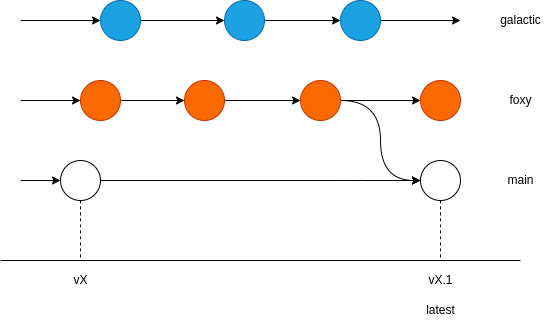
Earlier version of the draw.io export assets/docs/project/workflow.drawio.png (rnanosaur/rnanosaur.github.io). Source tidied: cells renumbered, new cells last; positions are measured from the earlier drawing's top-left corner, leaving out a move shared by most shapes. The source it was exported from:
```xml
<mxGraphModel>
  <root>
    <mxCell id="0" />
    <mxCell id="1" parent="0" />
    <mxCell id="2" style="endArrow=none;html=1;" parent="1" edge="1">
      <mxGeometry relative="1" as="geometry">
        <mxPoint y="260" as="sourcePoint" />
        <mxPoint x="520" y="260" as="targetPoint" />
      </mxGeometry>
    </mxCell>
    <mxCell id="3" style="endArrow=classic;html=1;entryX=0;entryY=0.5;entryDx=0;entryDy=0;endFill=1;" parent="1" edge="1" target="5">
      <mxGeometry relative="1" as="geometry">
        <mxPoint x="20" y="180" as="sourcePoint" />
      </mxGeometry>
    </mxCell>
    <mxCell id="4" style="edgeStyle=orthogonalEdgeStyle;curved=1;jumpStyle=none;html=1;exitX=0.5;exitY=1;exitDx=0;exitDy=0;dashed=1;endArrow=none;endFill=0;strokeWidth=1;" parent="1" edge="1" source="5">
      <mxGeometry relative="1" as="geometry">
        <mxPoint x="80" y="260" as="targetPoint" />
      </mxGeometry>
    </mxCell>
    <mxCell id="5" style="ellipse;whiteSpace=wrap;html=1;" parent="1" vertex="1">
      <mxGeometry x="60" y="160" width="40" height="40" as="geometry" />
    </mxCell>
    <mxCell id="6" style="edgeStyle=none;html=1;endArrow=classic;endFill=1;exitX=1;exitY=0.5;exitDx=0;exitDy=0;" parent="1" edge="1" source="5" target="8">
      <mxGeometry relative="1" as="geometry">
        <Array as="points">
          <mxPoint x="350" y="180" />
        </Array>
      </mxGeometry>
    </mxCell>
    <mxCell id="7" style="edgeStyle=orthogonalEdgeStyle;curved=1;jumpStyle=none;html=1;exitX=0.5;exitY=1;exitDx=0;exitDy=0;endArrow=none;endFill=0;strokeWidth=1;dashed=1;" parent="1" edge="1" source="8">
      <mxGeometry relative="1" as="geometry">
        <mxPoint x="440" y="260" as="targetPoint" />
      </mxGeometry>
    </mxCell>
    <mxCell id="8" style="ellipse;whiteSpace=wrap;html=1;" parent="1" vertex="1">
      <mxGeometry x="420" y="160" width="40" height="40" as="geometry" />
    </mxCell>
    <mxCell id="9" style="endArrow=classic;html=1;entryX=0;entryY=0.5;entryDx=0;entryDy=0;endFill=1;" parent="1" edge="1" target="11">
      <mxGeometry relative="1" as="geometry">
        <mxPoint x="20" y="100" as="sourcePoint" />
      </mxGeometry>
    </mxCell>
    <mxCell id="10" style="edgeStyle=none;html=1;" parent="1" edge="1" source="11" target="13">
      <mxGeometry relative="1" as="geometry" />
    </mxCell>
    <mxCell id="11" style="ellipse;whiteSpace=wrap;html=1;fillColor=#fa6800;fontColor=#000000;strokeColor=#C73500;" parent="1" vertex="1">
      <mxGeometry x="80" y="80" width="40" height="40" as="geometry" />
    </mxCell>
    <mxCell id="12" style="edgeStyle=none;html=1;endArrow=classic;endFill=1;" parent="1" edge="1" source="13" target="16">
      <mxGeometry relative="1" as="geometry" />
    </mxCell>
    <mxCell id="13" style="ellipse;whiteSpace=wrap;html=1;fillColor=#fa6800;fontColor=#000000;strokeColor=#C73500;" parent="1" vertex="1">
      <mxGeometry x="184" y="80" width="40" height="40" as="geometry" />
    </mxCell>
    <mxCell id="14" style="edgeStyle=orthogonalEdgeStyle;html=1;exitX=1;exitY=0.5;exitDx=0;exitDy=0;entryX=0;entryY=0.5;entryDx=0;entryDy=0;endArrow=classic;endFill=1;strokeWidth=1;jumpStyle=none;curved=1;" parent="1" edge="1" source="16" target="8">
      <mxGeometry relative="1" as="geometry" />
    </mxCell>
    <mxCell id="15" style="edgeStyle=orthogonalEdgeStyle;curved=1;jumpStyle=none;html=1;endArrow=classic;endFill=1;strokeWidth=1;" parent="1" edge="1" source="16" target="28">
      <mxGeometry relative="1" as="geometry" />
    </mxCell>
    <mxCell id="16" style="ellipse;whiteSpace=wrap;html=1;fillColor=#fa6800;fontColor=#000000;strokeColor=#C73500;" parent="1" vertex="1">
      <mxGeometry x="300" y="80" width="40" height="40" as="geometry" />
    </mxCell>
    <mxCell id="17" value="vX.1" style="text;html=1;align=center;verticalAlign=middle;strokeColor=none;fillColor=none;" parent="1" vertex="1">
      <mxGeometry x="420" y="270" width="40" height="20" as="geometry" />
    </mxCell>
    <mxCell id="18" value="latest" style="text;html=1;align=center;verticalAlign=middle;strokeColor=none;fillColor=none;" parent="1" vertex="1">
      <mxGeometry x="420" y="300" width="40" height="20" as="geometry" />
    </mxCell>
    <mxCell id="19" value="vX" style="text;html=1;align=center;verticalAlign=middle;strokeColor=none;fillColor=none;" parent="1" vertex="1">
      <mxGeometry x="65" y="270" width="30" height="20" as="geometry" />
    </mxCell>
    <mxCell id="20" style="endArrow=classic;html=1;entryX=0;entryY=0.5;entryDx=0;entryDy=0;endFill=1;" parent="1" edge="1" target="22">
      <mxGeometry relative="1" as="geometry">
        <mxPoint x="20" y="20" as="sourcePoint" />
      </mxGeometry>
    </mxCell>
    <mxCell id="21" style="edgeStyle=none;html=1;" parent="1" edge="1" source="22" target="24">
      <mxGeometry relative="1" as="geometry" />
    </mxCell>
    <mxCell id="22" style="ellipse;whiteSpace=wrap;html=1;fillColor=#1ba1e2;fontColor=#ffffff;strokeColor=#006EAF;" parent="1" vertex="1">
      <mxGeometry x="100" width="40" height="40" as="geometry" />
    </mxCell>
    <mxCell id="23" style="edgeStyle=none;html=1;endArrow=classic;endFill=1;" parent="1" edge="1" source="24" target="26">
      <mxGeometry relative="1" as="geometry" />
    </mxCell>
    <mxCell id="24" style="ellipse;whiteSpace=wrap;html=1;fillColor=#1ba1e2;fontColor=#ffffff;strokeColor=#006EAF;" parent="1" vertex="1">
      <mxGeometry x="224" width="40" height="40" as="geometry" />
    </mxCell>
    <mxCell id="25" style="edgeStyle=orthogonalEdgeStyle;curved=1;jumpStyle=none;html=1;endArrow=classic;endFill=1;strokeWidth=1;" parent="1" edge="1" source="26">
      <mxGeometry relative="1" as="geometry">
        <mxPoint x="460" y="20" as="targetPoint" />
      </mxGeometry>
    </mxCell>
    <mxCell id="26" style="ellipse;whiteSpace=wrap;html=1;fillColor=#1ba1e2;fontColor=#ffffff;strokeColor=#006EAF;" parent="1" vertex="1">
      <mxGeometry x="340" width="40" height="40" as="geometry" />
    </mxCell>
    <mxCell id="27" value="main" style="text;html=1;align=center;verticalAlign=middle;strokeColor=none;fillColor=none;" parent="1" vertex="1">
      <mxGeometry x="500" y="170" width="40" height="20" as="geometry" />
    </mxCell>
    <mxCell id="28" style="ellipse;whiteSpace=wrap;html=1;fillColor=#fa6800;fontColor=#000000;strokeColor=#C73500;" parent="1" vertex="1">
      <mxGeometry x="420" y="80" width="40" height="40" as="geometry" />
    </mxCell>
    <mxCell id="29" value="foxy" style="text;html=1;align=center;verticalAlign=middle;strokeColor=none;fillColor=none;" parent="1" vertex="1">
      <mxGeometry x="500" y="90" width="40" height="20" as="geometry" />
    </mxCell>
    <mxCell id="30" value="galactic" style="text;html=1;align=center;verticalAlign=middle;strokeColor=none;fillColor=none;" parent="1" vertex="1">
      <mxGeometry x="490" y="10" width="60" height="20" as="geometry" />
    </mxCell>
  </root>
</mxGraphModel>
```
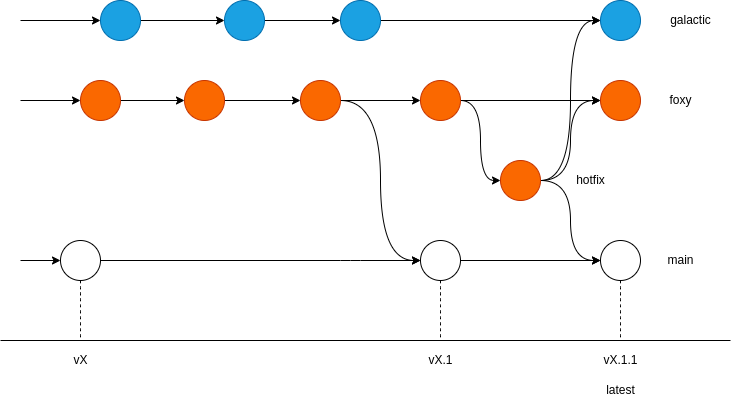
Later version of the same file.

Commit message:
improve worflow

Change to the diagram source:
```diff
@@ -4,54 +4,65 @@
     <mxCell id="1" parent="0" />
     <mxCell id="2" style="endArrow=none;html=1;" parent="1" edge="1">
       <mxGeometry relative="1" as="geometry">
-        <mxPoint y="260" as="sourcePoint" />
-        <mxPoint x="520" y="260" as="targetPoint" />
+        <mxPoint x="-130" y="340" as="sourcePoint" />
+        <mxPoint x="600" y="340" as="targetPoint" />
       </mxGeometry>
     </mxCell>
     <mxCell id="3" style="endArrow=classic;html=1;entryX=0;entryY=0.5;entryDx=0;entryDy=0;endFill=1;" parent="1" edge="1" target="5">
       <mxGeometry relative="1" as="geometry">
-        <mxPoint x="20" y="180" as="sourcePoint" />
+        <mxPoint x="-110" y="260" as="sourcePoint" />
       </mxGeometry>
     </mxCell>
     <mxCell id="4" style="edgeStyle=orthogonalEdgeStyle;curved=1;jumpStyle=none;html=1;exitX=0.5;exitY=1;exitDx=0;exitDy=0;dashed=1;endArrow=none;endFill=0;strokeWidth=1;" parent="1" edge="1" source="5">
       <mxGeometry relative="1" as="geometry">
-        <mxPoint x="80" y="260" as="targetPoint" />
+        <mxPoint x="-50" y="340" as="targetPoint" />
       </mxGeometry>
     </mxCell>
     <mxCell id="5" style="ellipse;whiteSpace=wrap;html=1;" parent="1" vertex="1">
-      <mxGeometry x="60" y="160" width="40" height="40" as="geometry" />
+      <mxGeometry x="-70" y="240" width="40" height="40" as="geometry" />
     </mxCell>
     <mxCell id="6" style="edgeStyle=none;html=1;endArrow=classic;endFill=1;exitX=1;exitY=0.5;exitDx=0;exitDy=0;" parent="1" edge="1" source="5" target="8">
       <mxGeometry relative="1" as="geometry">
         <Array as="points">
-          <mxPoint x="350" y="180" />
+          <mxPoint x="220" y="260" />
         </Array>
       </mxGeometry>
     </mxCell>
     <mxCell id="7" style="edgeStyle=orthogonalEdgeStyle;curved=1;jumpStyle=none;html=1;exitX=0.5;exitY=1;exitDx=0;exitDy=0;endArrow=none;endFill=0;strokeWidth=1;dashed=1;" parent="1" edge="1" source="8">
       <mxGeometry relative="1" as="geometry">
-        <mxPoint x="440" y="260" as="targetPoint" />
+        <mxPoint x="310" y="340" as="targetPoint" />
       </mxGeometry>
     </mxCell>
+    <mxCell id="31" style="edgeStyle=none;html=1;" parent="1" edge="1" source="8" target="36">
+      <mxGeometry relative="1" as="geometry" />
+    </mxCell>
+    <mxCell id="32" style="edgeStyle=none;curved=1;html=1;exitX=1;exitY=0.5;exitDx=0;exitDy=0;entryX=0;entryY=0.5;entryDx=0;entryDy=0;" parent="1" edge="1" source="28" target="43">
+      <mxGeometry relative="1" as="geometry">
+        <Array as="points">
+          <mxPoint x="350" y="100" />
+          <mxPoint x="350" y="180" />
+        </Array>
+      </mxGeometry>
+    </mxCell>
     <mxCell id="8" style="ellipse;whiteSpace=wrap;html=1;" parent="1" vertex="1">
-      <mxGeometry x="420" y="160" width="40" height="40" as="geometry" />
+      <mxGeometry x="290" y="240" width="40" height="40" as="geometry" />
     </mxCell>
     <mxCell id="9" style="endArrow=classic;html=1;entryX=0;entryY=0.5;entryDx=0;entryDy=0;endFill=1;" parent="1" edge="1" target="11">
       <mxGeometry relative="1" as="geometry">
-        <mxPoint x="20" y="100" as="sourcePoint" />
+        <mxPoint x="-110" y="100" as="sourcePoint" />
       </mxGeometry>
     </mxCell>
     <mxCell id="10" style="edgeStyle=none;html=1;" parent="1" edge="1" source="11" target="13">
       <mxGeometry relative="1" as="geometry" />
     </mxCell>
     <mxCell id="11" style="ellipse;whiteSpace=wrap;html=1;fillColor=#fa6800;fontColor=#000000;strokeColor=#C73500;" parent="1" vertex="1">
-      <mxGeometry x="80" y="80" width="40" height="40" as="geometry" />
+      <mxGeometry x="-50" y="80" width="40" height="40" as="geometry" />
     </mxCell>
     <mxCell id="12" style="edgeStyle=none;html=1;endArrow=classic;endFill=1;" parent="1" edge="1" source="13" target="16">
       <mxGeometry relative="1" as="geometry" />
     </mxCell>
     <mxCell id="13" style="ellipse;whiteSpace=wrap;html=1;fillColor=#fa6800;fontColor=#000000;strokeColor=#C73500;" parent="1" vertex="1">
-      <mxGeometry x="184" y="80" width="40" height="40" as="geometry" />
+      <mxGeometry x="54" y="80" width="40" height="40" as="geometry" />
     </mxCell>
     <mxCell id="14" style="edgeStyle=orthogonalEdgeStyle;html=1;exitX=1;exitY=0.5;exitDx=0;exitDy=0;entryX=0;entryY=0.5;entryDx=0;entryDy=0;endArrow=classic;endFill=1;strokeWidth=1;jumpStyle=none;curved=1;" parent="1" edge="1" source="16" target="8">
       <mxGeometry relative="1" as="geometry" />
@@ -60,53 +71,101 @@
       <mxGeometry relative="1" as="geometry" />
     </mxCell>
     <mxCell id="16" style="ellipse;whiteSpace=wrap;html=1;fillColor=#fa6800;fontColor=#000000;strokeColor=#C73500;" parent="1" vertex="1">
-      <mxGeometry x="300" y="80" width="40" height="40" as="geometry" />
+      <mxGeometry x="170" y="80" width="40" height="40" as="geometry" />
     </mxCell>
     <mxCell id="17" value="vX.1" style="text;html=1;align=center;verticalAlign=middle;strokeColor=none;fillColor=none;" parent="1" vertex="1">
-      <mxGeometry x="420" y="270" width="40" height="20" as="geometry" />
+      <mxGeometry x="290" y="350" width="40" height="20" as="geometry" />
     </mxCell>
     <mxCell id="18" value="latest" style="text;html=1;align=center;verticalAlign=middle;strokeColor=none;fillColor=none;" parent="1" vertex="1">
-      <mxGeometry x="420" y="300" width="40" height="20" as="geometry" />
+      <mxGeometry x="470" y="380" width="40" height="20" as="geometry" />
     </mxCell>
     <mxCell id="19" value="vX" style="text;html=1;align=center;verticalAlign=middle;strokeColor=none;fillColor=none;" parent="1" vertex="1">
-      <mxGeometry x="65" y="270" width="30" height="20" as="geometry" />
+      <mxGeometry x="-65" y="350" width="30" height="20" as="geometry" />
     </mxCell>
     <mxCell id="20" style="endArrow=classic;html=1;entryX=0;entryY=0.5;entryDx=0;entryDy=0;endFill=1;" parent="1" edge="1" target="22">
       <mxGeometry relative="1" as="geometry">
-        <mxPoint x="20" y="20" as="sourcePoint" />
+        <mxPoint x="-110" y="20" as="sourcePoint" />
       </mxGeometry>
     </mxCell>
     <mxCell id="21" style="edgeStyle=none;html=1;" parent="1" edge="1" source="22" target="24">
       <mxGeometry relative="1" as="geometry" />
     </mxCell>
     <mxCell id="22" style="ellipse;whiteSpace=wrap;html=1;fillColor=#1ba1e2;fontColor=#ffffff;strokeColor=#006EAF;" parent="1" vertex="1">
-      <mxGeometry x="100" width="40" height="40" as="geometry" />
+      <mxGeometry x="-30" width="40" height="40" as="geometry" />
     </mxCell>
     <mxCell id="23" style="edgeStyle=none;html=1;endArrow=classic;endFill=1;" parent="1" edge="1" source="24" target="26">
       <mxGeometry relative="1" as="geometry" />
     </mxCell>
     <mxCell id="24" style="ellipse;whiteSpace=wrap;html=1;fillColor=#1ba1e2;fontColor=#ffffff;strokeColor=#006EAF;" parent="1" vertex="1">
-      <mxGeometry x="224" width="40" height="40" as="geometry" />
+      <mxGeometry x="94" width="40" height="40" as="geometry" />
     </mxCell>
-    <mxCell id="25" style="edgeStyle=orthogonalEdgeStyle;curved=1;jumpStyle=none;html=1;endArrow=classic;endFill=1;strokeWidth=1;" parent="1" edge="1" source="26">
-      <mxGeometry relative="1" as="geometry">
-        <mxPoint x="460" y="20" as="targetPoint" />
-      </mxGeometry>
-    </mxCell>
+    <mxCell id="33" style="edgeStyle=none;curved=1;html=1;" parent="1" edge="1" source="26" target="37">
+      <mxGeometry relative="1" as="geometry" />
+    </mxCell>
     <mxCell id="26" style="ellipse;whiteSpace=wrap;html=1;fillColor=#1ba1e2;fontColor=#ffffff;strokeColor=#006EAF;" parent="1" vertex="1">
-      <mxGeometry x="340" width="40" height="40" as="geometry" />
+      <mxGeometry x="210" width="40" height="40" as="geometry" />
     </mxCell>
     <mxCell id="27" value="main" style="text;html=1;align=center;verticalAlign=middle;strokeColor=none;fillColor=none;" parent="1" vertex="1">
-      <mxGeometry x="500" y="170" width="40" height="20" as="geometry" />
+      <mxGeometry x="530" y="250" width="40" height="20" as="geometry" />
     </mxCell>
+    <mxCell id="34" style="edgeStyle=none;html=1;" parent="1" edge="1" source="28" target="35">
+      <mxGeometry relative="1" as="geometry" />
+    </mxCell>
     <mxCell id="28" style="ellipse;whiteSpace=wrap;html=1;fillColor=#fa6800;fontColor=#000000;strokeColor=#C73500;" parent="1" vertex="1">
-      <mxGeometry x="420" y="80" width="40" height="40" as="geometry" />
+      <mxGeometry x="290" y="80" width="40" height="40" as="geometry" />
     </mxCell>
     <mxCell id="29" value="foxy" style="text;html=1;align=center;verticalAlign=middle;strokeColor=none;fillColor=none;" parent="1" vertex="1">
-      <mxGeometry x="500" y="90" width="40" height="20" as="geometry" />
+      <mxGeometry x="530" y="90" width="40" height="20" as="geometry" />
     </mxCell>
     <mxCell id="30" value="galactic" style="text;html=1;align=center;verticalAlign=middle;strokeColor=none;fillColor=none;" parent="1" vertex="1">
-      <mxGeometry x="490" y="10" width="60" height="20" as="geometry" />
+      <mxGeometry x="530" y="10" width="60" height="20" as="geometry" />
     </mxCell>
+    <mxCell id="35" style="ellipse;whiteSpace=wrap;html=1;fillColor=#fa6800;fontColor=#000000;strokeColor=#C73500;" parent="1" vertex="1">
+      <mxGeometry x="470" y="80" width="40" height="40" as="geometry" />
+    </mxCell>
+    <mxCell id="36" style="ellipse;whiteSpace=wrap;html=1;" parent="1" vertex="1">
+      <mxGeometry x="470" y="240" width="40" height="40" as="geometry" />
+    </mxCell>
+    <mxCell id="37" style="ellipse;whiteSpace=wrap;html=1;fillColor=#1ba1e2;fontColor=#ffffff;strokeColor=#006EAF;" parent="1" vertex="1">
+      <mxGeometry x="470" width="40" height="40" as="geometry" />
+    </mxCell>
+    <mxCell id="38" style="edgeStyle=orthogonalEdgeStyle;curved=1;jumpStyle=none;html=1;exitX=0.5;exitY=1;exitDx=0;exitDy=0;endArrow=none;endFill=0;strokeWidth=1;dashed=1;" parent="1" edge="1" source="36">
+      <mxGeometry relative="1" as="geometry">
+        <mxPoint x="490" y="340" as="targetPoint" />
+      </mxGeometry>
+    </mxCell>
+    <mxCell id="39" value="vX.1.1" style="text;html=1;align=center;verticalAlign=middle;strokeColor=none;fillColor=none;" parent="1" vertex="1">
+      <mxGeometry x="465" y="350" width="50" height="20" as="geometry" />
+    </mxCell>
+    <mxCell id="40" style="edgeStyle=none;curved=1;html=1;exitX=1;exitY=0.5;exitDx=0;exitDy=0;entryX=0;entryY=0.5;entryDx=0;entryDy=0;" parent="1" edge="1" source="43" target="36">
+      <mxGeometry relative="1" as="geometry">
+        <Array as="points">
+          <mxPoint x="440" y="180" />
+          <mxPoint x="440" y="260" />
+        </Array>
+      </mxGeometry>
+    </mxCell>
+    <mxCell id="41" style="edgeStyle=none;curved=1;html=1;exitX=1;exitY=0.5;exitDx=0;exitDy=0;entryX=0;entryY=0.5;entryDx=0;entryDy=0;" parent="1" edge="1" source="43" target="35">
+      <mxGeometry relative="1" as="geometry">
+        <Array as="points">
+          <mxPoint x="440" y="180" />
+          <mxPoint x="440" y="100" />
+        </Array>
+      </mxGeometry>
+    </mxCell>
+    <mxCell id="42" style="edgeStyle=none;curved=1;html=1;exitX=1;exitY=0.5;exitDx=0;exitDy=0;entryX=0;entryY=0.5;entryDx=0;entryDy=0;" parent="1" edge="1" source="43" target="37">
+      <mxGeometry relative="1" as="geometry">
+        <Array as="points">
+          <mxPoint x="440" y="180" />
+          <mxPoint x="440" y="20" />
+        </Array>
+      </mxGeometry>
+    </mxCell>
+    <mxCell id="43" style="ellipse;whiteSpace=wrap;html=1;fillColor=#fa6800;fontColor=#000000;strokeColor=#C73500;" parent="1" vertex="1">
+      <mxGeometry x="370" y="160" width="40" height="40" as="geometry" />
+    </mxCell>
+    <mxCell id="44" value="hotfix" style="text;html=1;align=center;verticalAlign=middle;strokeColor=none;fillColor=none;" parent="1" vertex="1">
+      <mxGeometry x="440" y="170" width="40" height="20" as="geometry" />
+    </mxCell>
   </root>
 </mxGraphModel>
```
